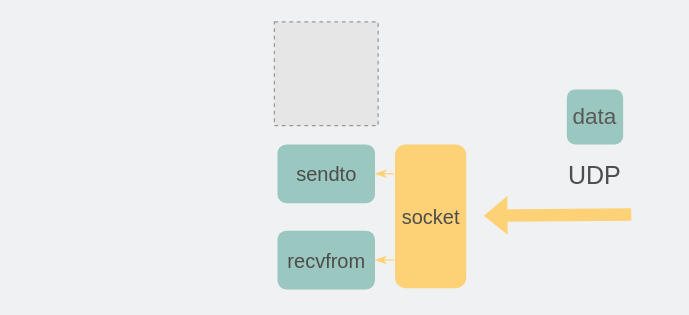
xiaobaiTech/image keeps this draw.io diagram as network/加入KCP的UDP通信过程.drawio. Above is the earlier version. Source tidied: cells renumbered, new cells numbered last; positions are measured from the earlier drawing's top-left corner, leaving out a move shared by most shapes. Both pictures are drawn from the tidied source at 125%, with x=0, y=0 at pixel (274, 21). Pictures stored in the file or linked from it are replaced by grey dashed boxes.
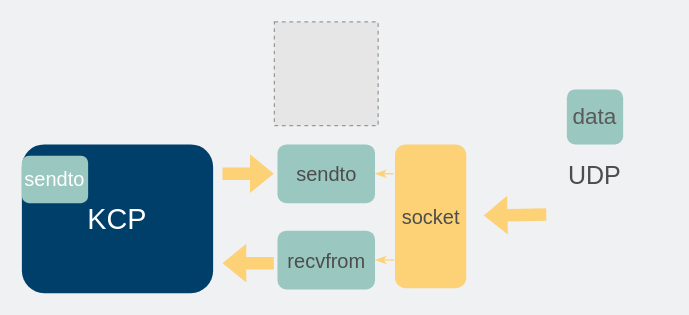
Above is the later version.

Commit message:
更新加入KCP的UDP通信过程.drawio

Change to the diagram source:
```diff
@@
 <mxGraphModel background="#EFF1F3">
   <root>
     <mxCell id="0" />
     <mxCell id="1" parent="0" />
     <mxCell id="2" style="fillColor=#E6E6E6;strokeColor=#999999;dashed=1;verticalLabelPosition=bottom;verticalAlign=top;" parent="1" vertex="1">
       <mxGeometry width="83" height="83" as="geometry" />
     </mxCell>
     <mxCell id="3" style="shape=flexArrow;endArrow=none;startArrow=classic;html=1;rounded=0;fillColor=#FDD276;strokeColor=none;fontColor=#4D4D4D;endFill=0;" parent="1" edge="1">
       <mxGeometry relative="1" as="geometry">
         <mxPoint x="167" y="155" as="sourcePoint" />
-        <mxPoint x="286" y="154" as="targetPoint" />
+        <mxPoint x="218" y="154" as="targetPoint" />
       </mxGeometry>
     </mxCell>
     <mxCell id="4" value="&lt;font style=&quot;font-size: 20px;&quot;&gt;UDP&lt;/font&gt;" style="text;html=1;strokeColor=none;fillColor=none;align=center;verticalAlign=middle;whiteSpace=wrap;rounded=0;fontColor=#4D4D4D;" parent="1" vertex="1">
       <mxGeometry x="198" y="107" width="116.5" height="30" as="geometry" />
     </mxCell>
     <mxCell id="5" value="&lt;font style=&quot;font-size: 18px;&quot; color=&quot;#595959&quot;&gt;data&lt;/font&gt;" style="rounded=1;whiteSpace=wrap;html=1;fontColor=#4A919B;fillColor=#9AC7BF;strokeColor=none;" parent="1" vertex="1">
       <mxGeometry x="234" y="54" width="45" height="44" as="geometry" />
     </mxCell>
     <mxCell id="6" value="&lt;font style=&quot;font-size: 16px;&quot;&gt;socket&lt;/font&gt;" style="text;html=1;strokeColor=none;fillColor=#FDD276;align=center;verticalAlign=middle;whiteSpace=wrap;rounded=1;fontColor=#4D4D4D;" parent="1" vertex="1">
       <mxGeometry x="96.5" y="98" width="57" height="115" as="geometry" />
     </mxCell>
     <mxCell id="7" style="edgeStyle=orthogonalEdgeStyle;rounded=0;jettySize=auto;html=1;exitX=1;exitY=0.5;exitDx=0;exitDy=0;entryX=-0.008;entryY=0.805;entryDx=0;entryDy=0;entryPerimeter=0;startArrow=classicThin;startFill=1;endArrow=none;endFill=0;strokeColor=#FDD276;fontColor=#4D4D4D;" parent="1" edge="1" source="8" target="6">
       <mxGeometry relative="1" as="geometry" />
     </mxCell>
     <mxCell id="8" value="&lt;font&gt;&lt;span style=&quot;font-size: 16px;&quot;&gt;recvfrom&lt;/span&gt;&lt;/font&gt;" style="text;html=1;strokeColor=none;fillColor=#9AC7BF;align=center;verticalAlign=middle;whiteSpace=wrap;rounded=1;fontColor=#4D4D4D;" parent="1" vertex="1">
       <mxGeometry x="2.5" y="167" width="78" height="47" as="geometry" />
     </mxCell>
     <mxCell id="9" style="edgeStyle=orthogonalEdgeStyle;rounded=0;jettySize=auto;html=1;exitX=1;exitY=0.5;exitDx=0;exitDy=0;entryX=-0.019;entryY=0.205;entryDx=0;entryDy=0;entryPerimeter=0;strokeColor=#FDD276;startArrow=classicThin;startFill=1;endArrow=none;endFill=0;fontColor=#4D4D4D;" parent="1" edge="1" source="10" target="6">
       <mxGeometry relative="1" as="geometry" />
     </mxCell>
     <mxCell id="10" value="&lt;span style=&quot;font-size: 16px;&quot;&gt;&lt;font&gt;sendto&lt;/font&gt;&lt;/span&gt;" style="text;html=1;strokeColor=none;fillColor=#9AC7BF;align=center;verticalAlign=middle;whiteSpace=wrap;rounded=1;fontColor=#4D4D4D;" parent="1" vertex="1">
       <mxGeometry x="2.5" y="98" width="78" height="47" as="geometry" />
     </mxCell>
+    <mxCell id="11" value="&lt;font style=&quot;font-size: 23px;&quot; color=&quot;#ffffff&quot;&gt;KCP&lt;/font&gt;" style="rounded=1;whiteSpace=wrap;html=1;fillColor=#003F6A;strokeColor=none;" parent="1" vertex="1">
+      <mxGeometry x="-202" y="98" width="153" height="119" as="geometry" />
+    </mxCell>
+    <mxCell id="12" style="shape=flexArrow;endArrow=none;startArrow=classic;html=1;rounded=0;fillColor=#FDD276;strokeColor=none;fontColor=#4D4D4D;endFill=0;" parent="1" edge="1">
+      <mxGeometry relative="1" as="geometry">
+        <mxPoint x="-42" y="193" as="sourcePoint" />
+        <mxPoint y="193" as="targetPoint" />
+      </mxGeometry>
+    </mxCell>
+    <mxCell id="13" style="shape=flexArrow;endArrow=none;startArrow=classic;html=1;rounded=0;fillColor=#FDD276;strokeColor=none;fontColor=#4D4D4D;endFill=0;" parent="1" edge="1">
+      <mxGeometry relative="1" as="geometry">
+        <mxPoint y="121.4" as="sourcePoint" />
+        <mxPoint x="-42" y="121.4" as="targetPoint" />
+      </mxGeometry>
+    </mxCell>
+    <mxCell id="14" value="&lt;span style=&quot;font-size: 16px;&quot;&gt;&lt;font color=&quot;#ffffff&quot;&gt;sendto&lt;/font&gt;&lt;/span&gt;" style="text;html=1;strokeColor=none;fillColor=#9AC7BF;align=center;verticalAlign=middle;whiteSpace=wrap;rounded=1;fontColor=#4D4D4D;" parent="1" vertex="1">
+      <mxGeometry x="-202" y="107" width="53" height="38" as="geometry" />
+    </mxCell>
   </root>
 </mxGraphModel>
```
